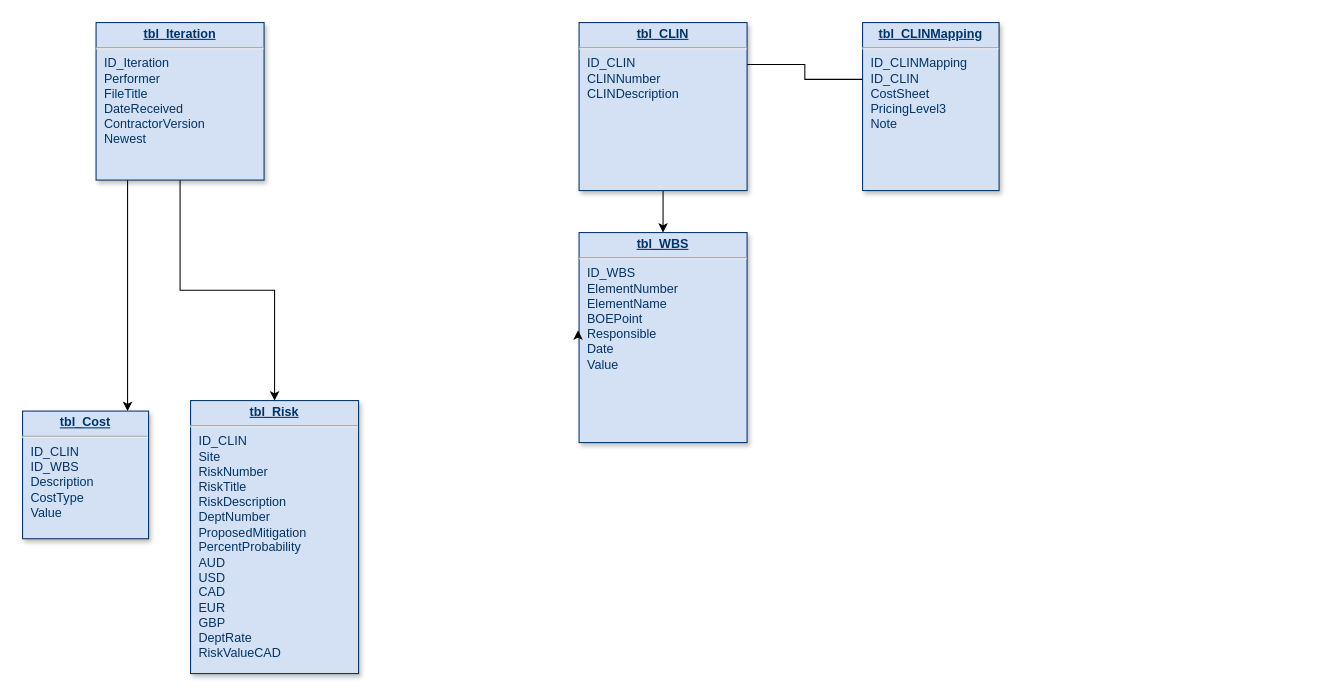
Above: DrawIO/CostDB.drawio in lcmurray37/CostDB (draw.io), before the change. Source tidied: cells renumbered, new cells numbered last; positions are measured from the earlier drawing's top-left corner, leaving out a move shared by most shapes. Both pictures are drawn from the tidied source at 105%, with x=0, y=0 at pixel (22, 22).
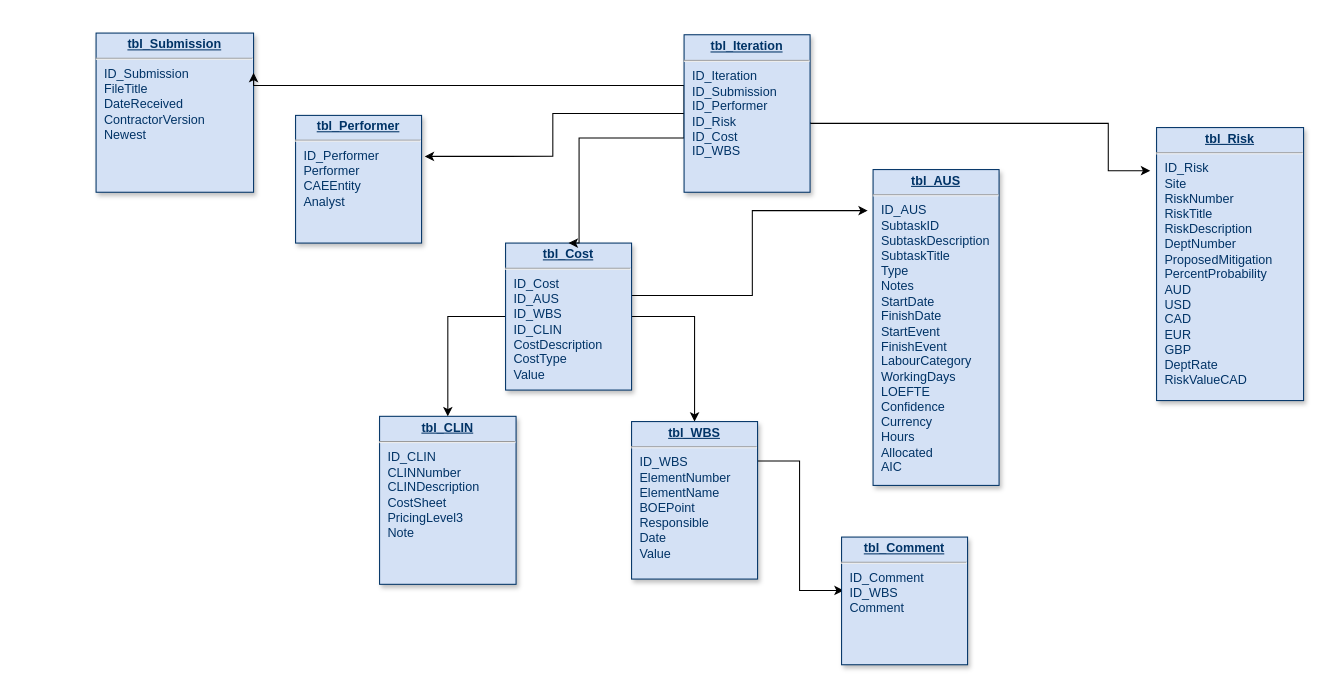
The same diagram, later.

Commit message:
Added star schema

What changed in the source:
```diff
@@
-    <mxCell id="2" style="edgeStyle=orthogonalEdgeStyle;rounded=0;jettySize=auto;html=1;exitX=0.213;exitY=1;exitDx=0;exitDy=0;exitPerimeter=0;" parent="1" edge="1" source="4" target="8">
-      <mxGeometry relative="1" as="geometry">
-        <Array as="points">
-          <mxPoint x="100" y="120" />
-        </Array>
-      </mxGeometry>
-    </mxCell>
-    <mxCell id="3" style="edgeStyle=orthogonalEdgeStyle;rounded=0;jettySize=auto;html=1;" parent="1" edge="1" source="4" target="7">
-      <mxGeometry relative="1" as="geometry" />
-    </mxCell>
-    <mxCell id="4" value="&lt;p style=&quot;margin: 0px; margin-top: 4px; text-align: center; text-decoration: underline;&quot;&gt;&lt;b&gt;tbl_Iteration&lt;/b&gt;&lt;/p&gt;&lt;hr&gt;&lt;p style=&quot;margin: 0px; margin-left: 8px;&quot;&gt;ID_Iteration&lt;/p&gt;&lt;p style=&quot;margin: 0px; margin-left: 8px;&quot;&gt;Performer&lt;/p&gt;&lt;p style=&quot;margin: 0px; margin-left: 8px;&quot;&gt;FileTitle&lt;/p&gt;&lt;p style=&quot;margin: 0px; margin-left: 8px;&quot;&gt;DateReceived&lt;/p&gt;&lt;p style=&quot;margin: 0px; margin-left: 8px;&quot;&gt;ContractorVersion&lt;br&gt;Newest&lt;/p&gt;" style="verticalAlign=top;align=left;overflow=fill;fontSize=12;fontFamily=Helvetica;html=1;strokeColor=#003366;shadow=1;fillColor=#D4E1F5;fontColor=#003366;" parent="1" vertex="1">
-      <mxGeometry x="70" width="160" height="150" as="geometry" />
+    <mxCell id="4" value="&lt;p style=&quot;margin: 0px; margin-top: 4px; text-align: center; text-decoration: underline;&quot;&gt;&lt;b&gt;tbl_Submission&lt;/b&gt;&lt;/p&gt;&lt;hr&gt;&lt;p style=&quot;margin: 0px; margin-left: 8px;&quot;&gt;ID_Submission&lt;/p&gt;&lt;p style=&quot;margin: 0px; margin-left: 8px;&quot;&gt;FileTitle&lt;/p&gt;&lt;p style=&quot;margin: 0px; margin-left: 8px;&quot;&gt;DateReceived&lt;/p&gt;&lt;p style=&quot;margin: 0px; margin-left: 8px;&quot;&gt;ContractorVersion&lt;br&gt;Newest&lt;/p&gt;" style="verticalAlign=top;align=left;overflow=fill;fontSize=12;fontFamily=Helvetica;html=1;strokeColor=#003366;shadow=1;fillColor=#D4E1F5;fontColor=#003366;" parent="1" vertex="1">
+      <mxGeometry x="70" y="10" width="150" height="151.6" as="geometry" />
     </mxCell>
-    <mxCell id="5" style="edgeStyle=orthogonalEdgeStyle;rounded=0;jettySize=auto;html=1;entryX=0.938;entryY=0.25;entryDx=0;entryDy=0;entryPerimeter=0;exitX=0.023;exitY=0.338;exitDx=0;exitDy=0;exitPerimeter=0;" parent="1" edge="1" source="6" target="10">
-      <mxGeometry relative="1" as="geometry" />
-    </mxCell>
-    <mxCell id="6" value="&lt;p style=&quot;margin: 0px; margin-top: 4px; text-align: center; text-decoration: underline;&quot;&gt;&lt;strong&gt;tbl_CLINMapping&lt;/strong&gt;&lt;/p&gt;&lt;hr&gt;&lt;p style=&quot;margin: 0px; margin-left: 8px;&quot;&gt;ID_CLINMapping&lt;/p&gt;&lt;p style=&quot;margin: 0px; margin-left: 8px;&quot;&gt;ID_CLIN&lt;/p&gt;&lt;p style=&quot;margin: 0px; margin-left: 8px;&quot;&gt;CostSheet&lt;/p&gt;&lt;p style=&quot;margin: 0px; margin-left: 8px;&quot;&gt;PricingLevel3&lt;/p&gt;&lt;p style=&quot;margin: 0px; margin-left: 8px;&quot;&gt;Note&lt;/p&gt;" style="verticalAlign=top;align=left;overflow=fill;fontSize=12;fontFamily=Helvetica;html=1;strokeColor=#003366;shadow=1;fillColor=#D4E1F5;fontColor=#003366;" parent="1" vertex="1">
-      <mxGeometry x="800" width="130" height="160" as="geometry" />
+    <mxCell id="6" value="&lt;p style=&quot;margin: 0px; margin-top: 4px; text-align: center; text-decoration: underline;&quot;&gt;&lt;strong&gt;tbl_CLIN&lt;/strong&gt;&lt;/p&gt;&lt;hr&gt;&lt;p style=&quot;margin: 0px; margin-left: 8px;&quot;&gt;ID_CLIN&lt;/p&gt;&lt;p style=&quot;margin: 0px; margin-left: 8px;&quot;&gt;&lt;span style=&quot;background-color: initial;&quot;&gt;CLINNumber&lt;/span&gt;&lt;br&gt;&lt;/p&gt;&lt;p style=&quot;margin: 0px; margin-left: 8px;&quot;&gt;CLINDescription&lt;/p&gt;&lt;p style=&quot;margin: 0px; margin-left: 8px;&quot;&gt;CostSheet&lt;/p&gt;&lt;p style=&quot;margin: 0px; margin-left: 8px;&quot;&gt;PricingLevel3&lt;/p&gt;&lt;p style=&quot;margin: 0px; margin-left: 8px;&quot;&gt;Note&lt;/p&gt;" style="verticalAlign=top;align=left;overflow=fill;fontSize=12;fontFamily=Helvetica;html=1;strokeColor=#003366;shadow=1;fillColor=#D4E1F5;fontColor=#003366;" parent="1" vertex="1">
+      <mxGeometry x="340" y="375" width="130" height="160" as="geometry" />
     </mxCell>
-    <mxCell id="7" value="&lt;p style=&quot;margin: 0px; margin-top: 4px; text-align: center; text-decoration: underline;&quot;&gt;&lt;strong&gt;tbl_Risk&lt;/strong&gt;&lt;/p&gt;&lt;hr&gt;&lt;p style=&quot;margin: 0px; margin-left: 8px;&quot;&gt;ID_CLIN&lt;/p&gt;&lt;p style=&quot;margin: 0px; margin-left: 8px;&quot;&gt;Site&lt;/p&gt;&lt;p style=&quot;margin: 0px; margin-left: 8px;&quot;&gt;RiskNumber&lt;/p&gt;&lt;p style=&quot;margin: 0px; margin-left: 8px;&quot;&gt;RiskTitle&lt;/p&gt;&lt;p style=&quot;margin: 0px; margin-left: 8px;&quot;&gt;RiskDescription&lt;/p&gt;&lt;p style=&quot;margin: 0px; margin-left: 8px;&quot;&gt;DeptNumber&lt;/p&gt;&lt;p style=&quot;margin: 0px; margin-left: 8px;&quot;&gt;ProposedMitigation&lt;/p&gt;&lt;p style=&quot;margin: 0px; margin-left: 8px;&quot;&gt;PercentProbability&lt;/p&gt;&lt;p style=&quot;margin: 0px; margin-left: 8px;&quot;&gt;AUD&lt;/p&gt;&lt;p style=&quot;margin: 0px; margin-left: 8px;&quot;&gt;USD&lt;/p&gt;&lt;p style=&quot;margin: 0px; margin-left: 8px;&quot;&gt;CAD&lt;/p&gt;&lt;p style=&quot;margin: 0px; margin-left: 8px;&quot;&gt;EUR&lt;/p&gt;&lt;p style=&quot;margin: 0px; margin-left: 8px;&quot;&gt;GBP&lt;/p&gt;&lt;p style=&quot;margin: 0px; margin-left: 8px;&quot;&gt;DeptRate&lt;/p&gt;&lt;p style=&quot;margin: 0px; margin-left: 8px;&quot;&gt;RiskValueCAD&lt;/p&gt;" style="verticalAlign=top;align=left;overflow=fill;fontSize=12;fontFamily=Helvetica;html=1;strokeColor=#003366;shadow=1;fillColor=#D4E1F5;fontColor=#003366;" parent="1" vertex="1">
-      <mxGeometry x="160" y="360" width="160" height="260" as="geometry" />
+    <mxCell id="7" value="&lt;p style=&quot;margin: 0px; margin-top: 4px; text-align: center; text-decoration: underline;&quot;&gt;&lt;strong&gt;tbl_Risk&lt;/strong&gt;&lt;/p&gt;&lt;hr&gt;&lt;p style=&quot;margin: 0px; margin-left: 8px;&quot;&gt;ID_Risk&lt;/p&gt;&lt;p style=&quot;margin: 0px; margin-left: 8px;&quot;&gt;Site&lt;/p&gt;&lt;p style=&quot;margin: 0px; margin-left: 8px;&quot;&gt;RiskNumber&lt;/p&gt;&lt;p style=&quot;margin: 0px; margin-left: 8px;&quot;&gt;RiskTitle&lt;/p&gt;&lt;p style=&quot;margin: 0px; margin-left: 8px;&quot;&gt;RiskDescription&lt;/p&gt;&lt;p style=&quot;margin: 0px; margin-left: 8px;&quot;&gt;DeptNumber&lt;/p&gt;&lt;p style=&quot;margin: 0px; margin-left: 8px;&quot;&gt;ProposedMitigation&lt;/p&gt;&lt;p style=&quot;margin: 0px; margin-left: 8px;&quot;&gt;PercentProbability&lt;/p&gt;&lt;p style=&quot;margin: 0px; margin-left: 8px;&quot;&gt;AUD&lt;/p&gt;&lt;p style=&quot;margin: 0px; margin-left: 8px;&quot;&gt;USD&lt;/p&gt;&lt;p style=&quot;margin: 0px; margin-left: 8px;&quot;&gt;CAD&lt;/p&gt;&lt;p style=&quot;margin: 0px; margin-left: 8px;&quot;&gt;EUR&lt;/p&gt;&lt;p style=&quot;margin: 0px; margin-left: 8px;&quot;&gt;GBP&lt;/p&gt;&lt;p style=&quot;margin: 0px; margin-left: 8px;&quot;&gt;DeptRate&lt;/p&gt;&lt;p style=&quot;margin: 0px; margin-left: 8px;&quot;&gt;RiskValueCAD&lt;/p&gt;" style="verticalAlign=top;align=left;overflow=fill;fontSize=12;fontFamily=Helvetica;html=1;strokeColor=#003366;shadow=1;fillColor=#D4E1F5;fontColor=#003366;" parent="1" vertex="1">
+      <mxGeometry x="1080" y="100" width="140" height="260" as="geometry" />
     </mxCell>
+    <mxCell id="13" style="edgeStyle=orthogonalEdgeStyle;rounded=0;jettySize=auto;html=1;exitX=0;exitY=0.75;exitDx=0;exitDy=0;" parent="1" edge="1" source="8" target="6">
+      <mxGeometry relative="1" as="geometry">
+        <Array as="points">
+          <mxPoint x="470" y="280" />
+          <mxPoint x="405" y="280" />
+        </Array>
+      </mxGeometry>
+    </mxCell>
+    <mxCell id="14" style="edgeStyle=orthogonalEdgeStyle;rounded=0;jettySize=auto;html=1;exitX=1;exitY=0.5;exitDx=0;exitDy=0;entryX=0.5;entryY=0;entryDx=0;entryDy=0;" parent="1" edge="1" source="8" target="11">
+      <mxGeometry relative="1" as="geometry">
+        <Array as="points">
+          <mxPoint x="640" y="280" />
+        </Array>
+      </mxGeometry>
+    </mxCell>
+    <mxCell id="15" style="edgeStyle=orthogonalEdgeStyle;rounded=0;jettySize=auto;html=1;entryX=-0.042;entryY=0.13;entryDx=0;entryDy=0;entryPerimeter=0;" parent="1" edge="1" source="8" target="24">
+      <mxGeometry relative="1" as="geometry">
+        <Array as="points">
+          <mxPoint x="695" y="260" />
+          <mxPoint x="695" y="179" />
+        </Array>
+      </mxGeometry>
+    </mxCell>
-    <mxCell id="8" value="&lt;p style=&quot;margin: 0px; margin-top: 4px; text-align: center; text-decoration: underline;&quot;&gt;&lt;strong&gt;tbl_Cost&lt;/strong&gt;&lt;/p&gt;&lt;hr&gt;&lt;p style=&quot;margin: 0px; margin-left: 8px;&quot;&gt;ID_CLIN&lt;br&gt;&lt;/p&gt;&lt;p style=&quot;margin: 0px; margin-left: 8px;&quot;&gt;ID_WBS&lt;/p&gt;&lt;p style=&quot;margin: 0px; margin-left: 8px;&quot;&gt;Description&lt;/p&gt;&lt;p style=&quot;margin: 0px; margin-left: 8px;&quot;&gt;CostType&lt;/p&gt;&lt;p style=&quot;margin: 0px; margin-left: 8px;&quot;&gt;Value&lt;/p&gt;" style="verticalAlign=top;align=left;overflow=fill;fontSize=12;fontFamily=Helvetica;html=1;strokeColor=#003366;shadow=1;fillColor=#D4E1F5;fontColor=#003366;" parent="1" vertex="1">
-      <mxGeometry y="370" width="120" height="121.6" as="geometry" />
+    <mxCell id="8" value="&lt;p style=&quot;margin: 0px; margin-top: 4px; text-align: center; text-decoration: underline;&quot;&gt;&lt;strong&gt;tbl_Cost&lt;/strong&gt;&lt;/p&gt;&lt;hr&gt;&lt;p style=&quot;margin: 0px; margin-left: 8px;&quot;&gt;ID_Cost&lt;/p&gt;&lt;p style=&quot;margin: 0px; margin-left: 8px;&quot;&gt;ID_AUS&lt;/p&gt;&lt;p style=&quot;margin: 0px; margin-left: 8px;&quot;&gt;ID_WBS&lt;/p&gt;&lt;p style=&quot;margin: 0px; margin-left: 8px;&quot;&gt;ID_CLIN&lt;/p&gt;&lt;p style=&quot;margin: 0px; margin-left: 8px;&quot;&gt;CostDescription&lt;/p&gt;&lt;p style=&quot;margin: 0px; margin-left: 8px;&quot;&gt;CostType&lt;/p&gt;&lt;p style=&quot;margin: 0px; margin-left: 8px;&quot;&gt;Value&lt;/p&gt;" style="verticalAlign=top;align=left;overflow=fill;fontSize=12;fontFamily=Helvetica;html=1;strokeColor=#003366;shadow=1;fillColor=#D4E1F5;fontColor=#003366;" parent="1" vertex="1">
+      <mxGeometry x="460" y="210" width="120" height="140" as="geometry" />
     </mxCell>
-    <mxCell id="9" style="edgeStyle=orthogonalEdgeStyle;rounded=0;jettySize=auto;html=1;exitX=0.5;exitY=1;exitDx=0;exitDy=0;entryX=0.5;entryY=0;entryDx=0;entryDy=0;" parent="1" edge="1" source="10" target="11">
-      <mxGeometry relative="1" as="geometry" />
-    </mxCell>
-    <mxCell id="10" value="&lt;p style=&quot;margin: 0px; margin-top: 4px; text-align: center; text-decoration: underline;&quot;&gt;&lt;strong&gt;tbl_CLIN&lt;/strong&gt;&lt;/p&gt;&lt;hr&gt;&lt;p style=&quot;margin: 0px; margin-left: 8px;&quot;&gt;ID_CLIN&lt;/p&gt;&lt;p style=&quot;margin: 0px; margin-left: 8px;&quot;&gt;CLINNumber&lt;/p&gt;&lt;p style=&quot;margin: 0px; margin-left: 8px;&quot;&gt;CLINDescription&lt;/p&gt;" style="verticalAlign=top;align=left;overflow=fill;fontSize=12;fontFamily=Helvetica;html=1;strokeColor=#003366;shadow=1;fillColor=#D4E1F5;fontColor=#003366;" parent="1" vertex="1">
-      <mxGeometry x="530" width="160" height="160" as="geometry" />
-    </mxCell>
+    <mxCell id="16" style="edgeStyle=orthogonalEdgeStyle;rounded=0;jettySize=auto;html=1;exitX=1;exitY=0.25;exitDx=0;exitDy=0;entryX=0.017;entryY=0.418;entryDx=0;entryDy=0;entryPerimeter=0;" parent="1" edge="1" source="11" target="23">
+      <mxGeometry relative="1" as="geometry" />
+    </mxCell>
     <mxCell id="11" value="&lt;p style=&quot;margin: 0px; margin-top: 4px; text-align: center; text-decoration: underline;&quot;&gt;&lt;strong&gt;tbl_WBS&lt;/strong&gt;&lt;/p&gt;&lt;hr&gt;&lt;p style=&quot;margin: 0px; margin-left: 8px;&quot;&gt;ID_WBS&lt;/p&gt;&lt;p style=&quot;margin: 0px; margin-left: 8px;&quot;&gt;ElementNumber&lt;/p&gt;&lt;p style=&quot;margin: 0px; margin-left: 8px;&quot;&gt;ElementName&lt;/p&gt;&lt;p style=&quot;margin: 0px; margin-left: 8px;&quot;&gt;BOEPoint&lt;/p&gt;&lt;p style=&quot;margin: 0px; margin-left: 8px;&quot;&gt;Responsible&lt;/p&gt;&lt;p style=&quot;margin: 0px; margin-left: 8px;&quot;&gt;Date&lt;/p&gt;&lt;p style=&quot;margin: 0px; margin-left: 8px;&quot;&gt;Value&lt;/p&gt;" style="verticalAlign=top;align=left;overflow=fill;fontSize=12;fontFamily=Helvetica;html=1;strokeColor=#003366;shadow=1;fillColor=#D4E1F5;fontColor=#003366;" parent="1" vertex="1">
-      <mxGeometry x="530" y="200" width="160" height="200" as="geometry" />
+      <mxGeometry x="580" y="380" width="120" height="150" as="geometry" />
     </mxCell>
+    <mxCell id="17" value="&lt;p style=&quot;margin: 0px; margin-top: 4px; text-align: center; text-decoration: underline;&quot;&gt;&lt;strong&gt;tbl_Performer&lt;/strong&gt;&lt;/p&gt;&lt;hr&gt;&lt;p style=&quot;margin: 0px; margin-left: 8px;&quot;&gt;ID_Performer&lt;/p&gt;&lt;p style=&quot;margin: 0px; margin-left: 8px;&quot;&gt;Performer&lt;/p&gt;&lt;p style=&quot;margin: 0px; margin-left: 8px;&quot;&gt;CAEEntity&lt;/p&gt;&lt;p style=&quot;margin: 0px; margin-left: 8px;&quot;&gt;Analyst&lt;/p&gt;" style="verticalAlign=top;align=left;overflow=fill;fontSize=12;fontFamily=Helvetica;html=1;strokeColor=#003366;shadow=1;fillColor=#D4E1F5;fontColor=#003366;" parent="1" vertex="1">
+      <mxGeometry x="260" y="88.4" width="120" height="121.6" as="geometry" />
+    </mxCell>
+    <mxCell id="18" style="edgeStyle=orthogonalEdgeStyle;rounded=0;jettySize=auto;html=1;exitX=0;exitY=0.5;exitDx=0;exitDy=0;entryX=0.5;entryY=0;entryDx=0;entryDy=0;" parent="1" edge="1" source="22" target="8">
+      <mxGeometry relative="1" as="geometry">
+        <Array as="points">
+          <mxPoint x="630" y="110" />
+          <mxPoint x="530" y="110" />
+        </Array>
+      </mxGeometry>
+    </mxCell>
+    <mxCell id="19" style="edgeStyle=orthogonalEdgeStyle;rounded=0;jettySize=auto;html=1;exitX=0;exitY=0.5;exitDx=0;exitDy=0;entryX=1.025;entryY=0.321;entryDx=0;entryDy=0;entryPerimeter=0;" parent="1" edge="1" source="22" target="17">
+      <mxGeometry relative="1" as="geometry" />
+    </mxCell>
+    <mxCell id="20" style="edgeStyle=orthogonalEdgeStyle;rounded=0;jettySize=auto;html=1;exitX=0;exitY=0.5;exitDx=0;exitDy=0;entryX=1;entryY=0.25;entryDx=0;entryDy=0;" parent="1" edge="1" source="22" target="4">
+      <mxGeometry relative="1" as="geometry">
+        <Array as="points">
+          <mxPoint x="630" y="60" />
+          <mxPoint x="220" y="60" />
+        </Array>
+      </mxGeometry>
+    </mxCell>
+    <mxCell id="21" style="edgeStyle=orthogonalEdgeStyle;rounded=0;jettySize=auto;html=1;exitX=1;exitY=0.5;exitDx=0;exitDy=0;entryX=-0.043;entryY=0.158;entryDx=0;entryDy=0;entryPerimeter=0;" parent="1" edge="1" target="7">
+      <mxGeometry relative="1" as="geometry">
+        <mxPoint x="750" y="95" as="sourcePoint" />
+        <Array as="points">
+          <mxPoint x="750" y="96" />
+          <mxPoint x="1034" y="96" />
+        </Array>
+      </mxGeometry>
+    </mxCell>
+    <mxCell id="22" value="&lt;p style=&quot;margin: 0px; margin-top: 4px; text-align: center; text-decoration: underline;&quot;&gt;&lt;b&gt;tbl_Iteration&lt;/b&gt;&lt;/p&gt;&lt;hr&gt;&lt;p style=&quot;margin: 0px; margin-left: 8px;&quot;&gt;ID_Iteration&lt;/p&gt;&lt;p style=&quot;margin: 0px; margin-left: 8px;&quot;&gt;ID_Submission&lt;/p&gt;&lt;p style=&quot;margin: 0px; margin-left: 8px;&quot;&gt;ID_Performer&lt;/p&gt;&lt;p style=&quot;margin: 0px; margin-left: 8px;&quot;&gt;ID_Risk&lt;/p&gt;&lt;p style=&quot;margin: 0px; margin-left: 8px;&quot;&gt;ID_Cost&lt;/p&gt;&lt;p style=&quot;margin: 0px; margin-left: 8px;&quot;&gt;ID_WBS&lt;/p&gt;" style="verticalAlign=top;align=left;overflow=fill;fontSize=12;fontFamily=Helvetica;html=1;strokeColor=#003366;shadow=1;fillColor=#D4E1F5;fontColor=#003366;" parent="1" vertex="1">
+      <mxGeometry x="630" y="11.6" width="120" height="150" as="geometry" />
+    </mxCell>
+    <mxCell id="23" value="&lt;p style=&quot;margin: 0px; margin-top: 4px; text-align: center; text-decoration: underline;&quot;&gt;&lt;strong&gt;tbl_Comment&lt;/strong&gt;&lt;/p&gt;&lt;hr&gt;&lt;p style=&quot;margin: 0px; margin-left: 8px;&quot;&gt;&lt;span style=&quot;background-color: initial;&quot;&gt;ID_Comment&lt;/span&gt;&lt;/p&gt;&lt;p style=&quot;margin: 0px; margin-left: 8px;&quot;&gt;&lt;span style=&quot;background-color: initial;&quot;&gt;ID_WBS&lt;/span&gt;&lt;br&gt;&lt;/p&gt;&lt;p style=&quot;margin: 0px; margin-left: 8px;&quot;&gt;Comment&lt;/p&gt;" style="verticalAlign=top;align=left;overflow=fill;fontSize=12;fontFamily=Helvetica;html=1;strokeColor=#003366;shadow=1;fillColor=#D4E1F5;fontColor=#003366;" parent="1" vertex="1">
+      <mxGeometry x="780" y="490" width="120" height="121.6" as="geometry" />
+    </mxCell>
-    <mxCell id="12" style="edgeStyle=orthogonalEdgeStyle;rounded=0;orthogonalLoop=1;jettySize=auto;html=1;exitX=0;exitY=0.5;exitDx=0;exitDy=0;entryX=-0.006;entryY=0.465;entryDx=0;entryDy=0;entryPerimeter=0;" parent="1" edge="1" source="11" target="11">
+    <mxCell id="12" style="edgeStyle=orthogonalEdgeStyle;rounded=0;orthogonalLoop=1;jettySize=auto;html=1;exitX=0.5;exitY=1;exitDx=0;exitDy=0;" parent="1" edge="1" source="11" target="11">
       <mxGeometry relative="1" as="geometry" />
     </mxCell>
+    <mxCell id="24" value="&lt;p style=&quot;margin: 0px; margin-top: 4px; text-align: center; text-decoration: underline;&quot;&gt;&lt;strong&gt;tbl_AUS&lt;/strong&gt;&lt;/p&gt;&lt;hr&gt;&lt;p style=&quot;margin: 0px; margin-left: 8px;&quot;&gt;&lt;span style=&quot;background-color: initial;&quot;&gt;ID_AUS&lt;/span&gt;&lt;/p&gt;&lt;p style=&quot;margin: 0px; margin-left: 8px;&quot;&gt;SubtaskID&lt;/p&gt;&lt;p style=&quot;margin: 0px; margin-left: 8px;&quot;&gt;SubtaskDescription&lt;/p&gt;&lt;p style=&quot;margin: 0px; margin-left: 8px;&quot;&gt;SubtaskTitle&lt;/p&gt;&lt;p style=&quot;margin: 0px; margin-left: 8px;&quot;&gt;Type&lt;/p&gt;&lt;p style=&quot;margin: 0px; margin-left: 8px;&quot;&gt;Notes&lt;/p&gt;&lt;p style=&quot;margin: 0px; margin-left: 8px;&quot;&gt;StartDate&lt;/p&gt;&lt;p style=&quot;margin: 0px; margin-left: 8px;&quot;&gt;FinishDate&lt;/p&gt;&lt;p style=&quot;margin: 0px; margin-left: 8px;&quot;&gt;StartEvent&lt;/p&gt;&lt;p style=&quot;margin: 0px; margin-left: 8px;&quot;&gt;FinishEvent&lt;/p&gt;&lt;p style=&quot;margin: 0px; margin-left: 8px;&quot;&gt;LabourCategory&lt;/p&gt;&lt;p style=&quot;margin: 0px; margin-left: 8px;&quot;&gt;WorkingDays&lt;/p&gt;&lt;p style=&quot;margin: 0px; margin-left: 8px;&quot;&gt;LOEFTE&lt;/p&gt;&lt;p style=&quot;margin: 0px; margin-left: 8px;&quot;&gt;Confidence&lt;/p&gt;&lt;p style=&quot;margin: 0px; margin-left: 8px;&quot;&gt;Currency&lt;/p&gt;&lt;p style=&quot;margin: 0px; margin-left: 8px;&quot;&gt;Hours&lt;/p&gt;&lt;p style=&quot;margin: 0px; margin-left: 8px;&quot;&gt;Allocated&lt;/p&gt;&lt;p style=&quot;margin: 0px; margin-left: 8px;&quot;&gt;AIC&lt;/p&gt;" style="verticalAlign=top;align=left;overflow=fill;fontSize=12;fontFamily=Helvetica;html=1;strokeColor=#003366;shadow=1;fillColor=#D4E1F5;fontColor=#003366;" parent="1" vertex="1">
+      <mxGeometry x="810" y="140" width="120" height="300.8" as="geometry" />
+    </mxCell>
```
